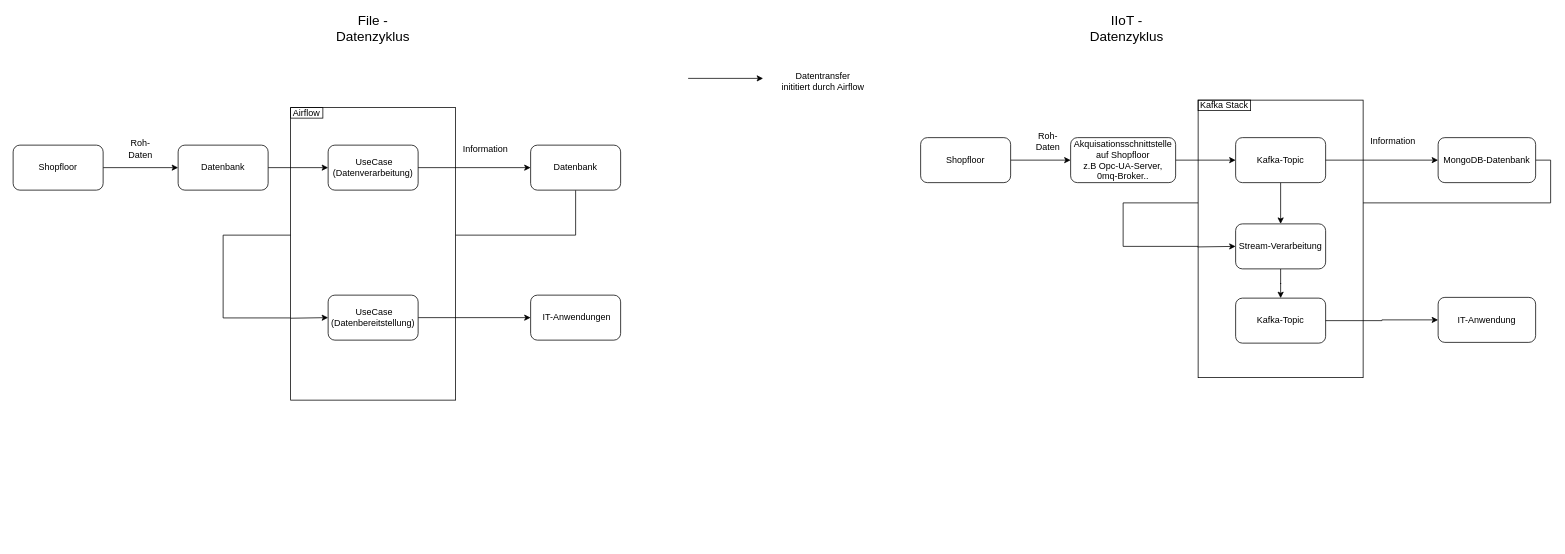
aquamas/diagrams keeps this draw.io diagram as page "Datenzyklen Prozess" (3 of 18) of Segmentierung.drawio. Above is the earlier version. Source tidied: cells renumbered, new cells numbered last; positions are measured from the earlier drawing's top-left corner, leaving out a move shared by most shapes. Both pictures are drawn from the tidied source at 75%, with x=0, y=0 at pixel (13, 17).
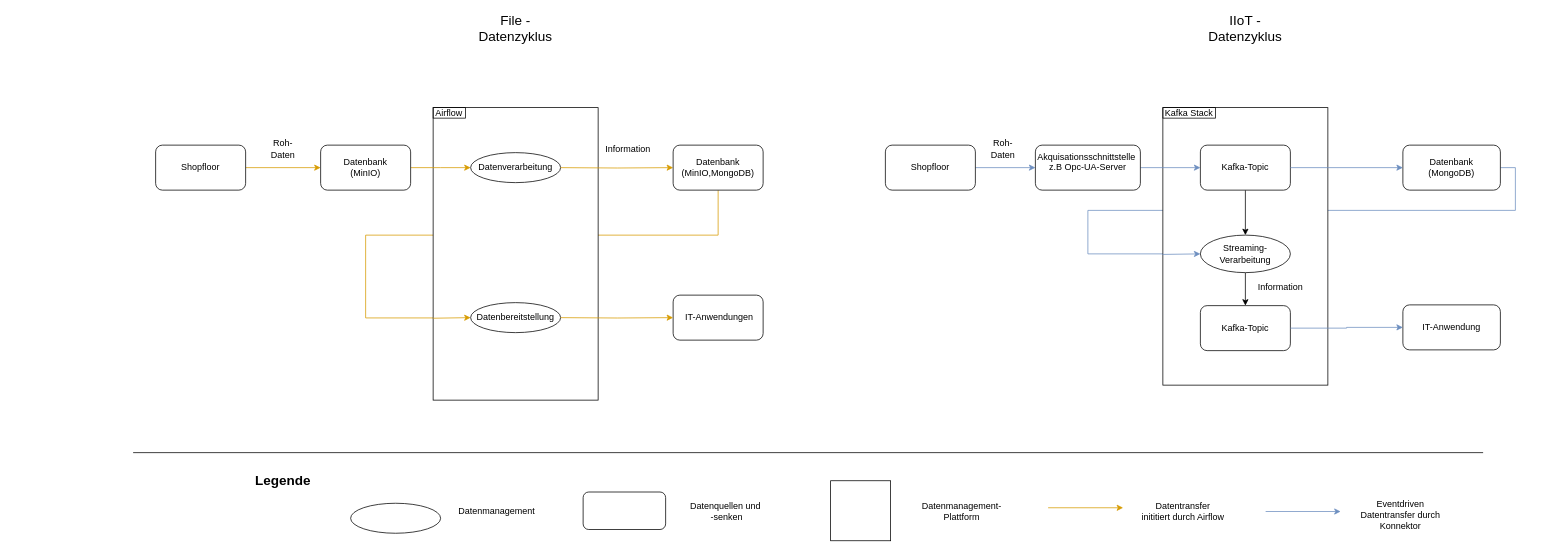
Above is the later version.

Unchanged cells that the change refers to:
```xml
<mxCell id="5" style="rounded=0;whiteSpace=wrap;html=1;" parent="4" vertex="1">
  <mxGeometry width="220" height="390" as="geometry" />
</mxCell>
<mxCell id="25" style="rounded=0;whiteSpace=wrap;html=1;" parent="24" vertex="1">
  <mxGeometry width="220" height="370" as="geometry" />
</mxCell>
<mxCell id="27" value="Kafka-Topic" style="rounded=1;whiteSpace=wrap;html=1;" parent="24" vertex="1">
  <mxGeometry x="50" y="50" width="120" height="60" as="geometry" />
</mxCell>
<mxCell id="31" value="Kafka-Topic" style="rounded=1;whiteSpace=wrap;html=1;" parent="24" vertex="1">
  <mxGeometry x="50" y="264" width="120" height="60" as="geometry" />
</mxCell>
```

Change to the diagram source:
```diff
@@
-    <mxCell id="2" style="edgeStyle=orthogonalEdgeStyle;rounded=0;jettySize=auto;html=1;exitX=1;exitY=0.5;exitDx=0;exitDy=0;endArrow=none;endFill=0;" parent="1" edge="1" source="39">
+    <mxCell id="2" style="edgeStyle=orthogonalEdgeStyle;rounded=0;jettySize=auto;html=1;exitX=1;exitY=0.5;exitDx=0;exitDy=0;endArrow=none;endFill=0;fillColor=#dae8fc;strokeColor=#6c8ebf;" parent="1" edge="1" source="39">
       <mxGeometry relative="1" as="geometry">
-        <mxPoint x="1580" y="305" as="targetPoint" />
+        <mxPoint x="1533" y="315" as="targetPoint" />
         <Array as="points">
-          <mxPoint x="2050" y="190" />
-          <mxPoint x="2050" y="247" />
-          <mxPoint x="1480" y="247" />
-          <mxPoint x="1480" y="305" />
+          <mxPoint x="2003" y="200" />
+          <mxPoint x="2003" y="257" />
+          <mxPoint x="1433" y="257" />
+          <mxPoint x="1433" y="315" />
         </Array>
       </mxGeometry>
     </mxCell>
-    <mxCell id="3" style="edgeStyle=orthogonalEdgeStyle;rounded=0;jettySize=auto;html=1;entryX=0;entryY=0.719;entryDx=0;entryDy=0;entryPerimeter=0;endArrow=none;endFill=0;" parent="1" edge="1" source="15" target="5">
+    <mxCell id="3" style="edgeStyle=orthogonalEdgeStyle;rounded=0;jettySize=auto;html=1;entryX=0;entryY=0.719;entryDx=0;entryDy=0;entryPerimeter=0;endArrow=none;endFill=0;fillColor=#ffe6cc;strokeColor=#d79b00;" parent="1" edge="1" source="15" target="5">
       <mxGeometry relative="1" as="geometry">
         <Array as="points">
-          <mxPoint x="750" y="290" />
-          <mxPoint x="280" y="290" />
-          <mxPoint x="280" y="400" />
+          <mxPoint x="940" y="290" />
+          <mxPoint x="470" y="290" />
+          <mxPoint x="470" y="400" />
         </Array>
       </mxGeometry>
     </mxCell>
     <mxCell id="4" style="group;" parent="1" vertex="1">
-      <mxGeometry x="370" y="120" width="220" height="390" as="geometry" />
+      <mxGeometry x="560" y="120" width="220" height="390" as="geometry" />
     </mxCell>
@@
-    <mxCell id="6" value="&amp;nbsp;UseCase&lt;br&gt;(Datenverarbeitung)" style="rounded=1;whiteSpace=wrap;html=1;" parent="4" vertex="1">
-      <mxGeometry x="50" y="50" width="120" height="60" as="geometry" />
-    </mxCell>
@@
+    <mxCell id="43" value="Datenbereitstellung" style="ellipse;whiteSpace=wrap;html=1;" parent="4" vertex="1">
+      <mxGeometry x="50" y="260" width="120" height="40" as="geometry" />
+    </mxCell>
+    <mxCell id="44" value="Datenverarbeitung" style="ellipse;whiteSpace=wrap;html=1;" parent="4" vertex="1">
+      <mxGeometry x="50" y="60" width="120" height="40" as="geometry" />
+    </mxCell>
     <mxCell id="8" value="&lt;font style=&quot;font-size: 18px;&quot;&gt;File - Datenzyklus&lt;/font&gt;" style="text;html=1;align=center;verticalAlign=middle;whiteSpace=wrap;rounded=0;" parent="1" vertex="1">
-      <mxGeometry x="435" width="90" height="30" as="geometry" />
+      <mxGeometry x="625" width="90" height="30" as="geometry" />
     </mxCell>
-    <mxCell id="9" style="edgeStyle=orthogonalEdgeStyle;rounded=0;jettySize=auto;html=1;" parent="1" edge="1" source="10" target="12">
+    <mxCell id="9" style="edgeStyle=orthogonalEdgeStyle;rounded=0;jettySize=auto;html=1;fillColor=#ffe6cc;strokeColor=#d79b00;" parent="1" edge="1" source="10" target="12">
       <mxGeometry relative="1" as="geometry" />
     </mxCell>
     <mxCell id="10" value="Shopfloor" style="rounded=1;whiteSpace=wrap;html=1;" parent="1" vertex="1">
-      <mxGeometry y="170" width="120" height="60" as="geometry" />
+      <mxGeometry x="190" y="170" width="120" height="60" as="geometry" />
     </mxCell>
-    <mxCell id="11" style="edgeStyle=orthogonalEdgeStyle;rounded=0;jettySize=auto;html=1;" parent="1" edge="1" source="12" target="6">
-      <mxGeometry relative="1" as="geometry" />
+    <mxCell id="11" style="edgeStyle=orthogonalEdgeStyle;rounded=0;jettySize=auto;html=1;fillColor=#ffe6cc;strokeColor=#d79b00;" parent="1" edge="1" source="12">
+      <mxGeometry relative="1" as="geometry">
+        <mxPoint x="610" y="200" as="targetPoint" />
+      </mxGeometry>
     </mxCell>
-    <mxCell id="12" value="Datenbank" style="rounded=1;whiteSpace=wrap;html=1;" parent="1" vertex="1">
-      <mxGeometry x="220" y="170" width="120" height="60" as="geometry" />
+    <mxCell id="12" value="Datenbank&lt;div&gt;(MinIO)&lt;/div&gt;" style="rounded=1;whiteSpace=wrap;html=1;" parent="1" vertex="1">
+      <mxGeometry x="410" y="170" width="120" height="60" as="geometry" />
     </mxCell>
     <mxCell id="13" value="Roh-Daten" style="text;html=1;align=center;verticalAlign=middle;whiteSpace=wrap;rounded=0;" parent="1" vertex="1">
-      <mxGeometry x="140" y="160" width="60" height="30" as="geometry" />
+      <mxGeometry x="330" y="160" width="60" height="30" as="geometry" />
     </mxCell>
-    <mxCell id="14" style="edgeStyle=orthogonalEdgeStyle;rounded=0;jettySize=auto;html=1;exitX=1;exitY=0.5;exitDx=0;exitDy=0;entryX=0;entryY=0.5;entryDx=0;entryDy=0;" parent="1" edge="1" source="6" target="15">
-      <mxGeometry relative="1" as="geometry" />
+    <mxCell id="14" style="edgeStyle=orthogonalEdgeStyle;rounded=0;jettySize=auto;html=1;exitX=1;exitY=0.5;exitDx=0;exitDy=0;entryX=0;entryY=0.5;entryDx=0;entryDy=0;fillColor=#ffe6cc;strokeColor=#d79b00;" parent="1" edge="1" target="15">
+      <mxGeometry relative="1" as="geometry">
+        <mxPoint x="730" y="200" as="sourcePoint" />
+      </mxGeometry>
     </mxCell>
-    <mxCell id="15" value="Datenbank" style="rounded=1;whiteSpace=wrap;html=1;" parent="1" vertex="1">
-      <mxGeometry x="690" y="170" width="120" height="60" as="geometry" />
+    <mxCell id="15" value="Datenbank&lt;div&gt;(MinIO,MongoDB)&lt;/div&gt;" style="rounded=1;whiteSpace=wrap;html=1;" parent="1" vertex="1">
+      <mxGeometry x="880" y="170" width="120" height="60" as="geometry" />
     </mxCell>
-    <mxCell id="16" style="edgeStyle=orthogonalEdgeStyle;rounded=0;orthogonalLoop=1;jettySize=auto;html=1;" parent="1" edge="1">
+    <mxCell id="16" style="edgeStyle=orthogonalEdgeStyle;rounded=0;orthogonalLoop=1;jettySize=auto;html=1;fillColor=#ffe6cc;strokeColor=#d79b00;" parent="1" edge="1">
       <mxGeometry relative="1" as="geometry">
-        <mxPoint x="900" y="81" as="sourcePoint" />
-        <mxPoint x="1000" y="81" as="targetPoint" />
+        <mxPoint x="1380" y="653.5" as="sourcePoint" />
+        <mxPoint x="1480" y="653.5" as="targetPoint" />
       </mxGeometry>
     </mxCell>
     <mxCell id="17" value="Datentransfer&lt;br&gt;inititiert durch Airflow" style="text;html=1;align=center;verticalAlign=middle;whiteSpace=wrap;rounded=0;" parent="1" vertex="1">
-      <mxGeometry x="1020" y="70" width="120" height="30" as="geometry" />
+      <mxGeometry x="1500" y="642.5" width="120" height="30" as="geometry" />
     </mxCell>
     <mxCell id="18" value="Information" style="text;html=1;align=center;verticalAlign=middle;whiteSpace=wrap;rounded=0;" parent="1" vertex="1">
-      <mxGeometry x="600" y="160" width="60" height="30" as="geometry" />
+      <mxGeometry x="790" y="160" width="60" height="30" as="geometry" />
     </mxCell>
     <mxCell id="19" value="&amp;nbsp;IT-Anwendungen" style="rounded=1;whiteSpace=wrap;html=1;" parent="1" vertex="1">
-      <mxGeometry x="690" y="370" width="120" height="60" as="geometry" />
+      <mxGeometry x="880" y="370" width="120" height="60" as="geometry" />
     </mxCell>
-    <mxCell id="20" style="edgeStyle=orthogonalEdgeStyle;rounded=0;jettySize=auto;html=1;exitX=1;exitY=0.5;exitDx=0;exitDy=0;" parent="1" edge="1" source="21" target="19">
-      <mxGeometry relative="1" as="geometry" />
+    <mxCell id="20" style="edgeStyle=orthogonalEdgeStyle;rounded=0;jettySize=auto;html=1;exitX=1;exitY=0.5;exitDx=0;exitDy=0;fillColor=#ffe6cc;strokeColor=#d79b00;" parent="1" edge="1" target="19">
+      <mxGeometry relative="1" as="geometry">
+        <mxPoint x="730" y="400" as="sourcePoint" />
+      </mxGeometry>
     </mxCell>
-    <mxCell id="21" value="&amp;nbsp;UseCase&lt;br&gt;(Datenbereitstellung)" style="rounded=1;whiteSpace=wrap;html=1;" parent="1" vertex="1">
-      <mxGeometry x="420" y="370" width="120" height="60" as="geometry" />
-    </mxCell>
-    <mxCell id="22" style="endArrow=classic;html=1;rounded=0;exitX=0;exitY=0.72;exitDx=0;exitDy=0;exitPerimeter=0;entryX=0;entryY=0.5;entryDx=0;entryDy=0;" parent="1" edge="1" source="5" target="21">
-      <mxGeometry relative="1" as="geometry" />
+    <mxCell id="22" style="endArrow=classic;html=1;rounded=0;exitX=0;exitY=0.72;exitDx=0;exitDy=0;exitPerimeter=0;entryX=0;entryY=0.5;entryDx=0;entryDy=0;fillColor=#ffe6cc;strokeColor=#d79b00;" parent="1" edge="1" source="5">
+      <mxGeometry relative="1" as="geometry">
+        <mxPoint x="610" y="400" as="targetPoint" />
+      </mxGeometry>
     </mxCell>
     <mxCell id="23" value="&lt;font style=&quot;font-size: 18px;&quot;&gt;IIoT - Datenzyklus&lt;/font&gt;" style="text;html=1;align=center;verticalAlign=middle;whiteSpace=wrap;rounded=0;" parent="1" vertex="1">
-      <mxGeometry x="1440" width="90" height="30" as="geometry" />
+      <mxGeometry x="1598" width="90" height="30" as="geometry" />
     </mxCell>
     <mxCell id="24" style="group;" parent="1" vertex="1">
-      <mxGeometry x="1580" y="110" width="220" height="390" as="geometry" />
+      <mxGeometry x="1533" y="120" width="220" height="390" as="geometry" />
     </mxCell>
@@
-    <mxCell id="26" style="edgeStyle=orthogonalEdgeStyle;rounded=0;jettySize=auto;html=1;" parent="24" edge="1" source="27" target="30">
+    <mxCell id="26" style="edgeStyle=orthogonalEdgeStyle;rounded=0;jettySize=auto;html=1;entryX=0.5;entryY=0;entryDx=0;entryDy=0;" parent="24" edge="1" source="27" target="45">
       <mxGeometry relative="1" as="geometry" />
     </mxCell>
@@
-    <mxCell id="29" style="edgeStyle=orthogonalEdgeStyle;rounded=0;jettySize=auto;html=1;entryX=0.5;entryY=0;entryDx=0;entryDy=0;" parent="24" edge="1" source="30" target="31">
+    <mxCell id="29" style="edgeStyle=orthogonalEdgeStyle;rounded=0;jettySize=auto;html=1;entryX=0.5;entryY=0;entryDx=0;entryDy=0;exitX=0.5;exitY=1;exitDx=0;exitDy=0;" parent="24" edge="1" source="45" target="31">
       <mxGeometry relative="1" as="geometry" />
     </mxCell>
-    <mxCell id="30" value="Stream-Verarbeitung" style="rounded=1;whiteSpace=wrap;html=1;" parent="24" vertex="1">
-      <mxGeometry x="50" y="165" width="120" height="60" as="geometry" />
-    </mxCell>
@@
-    <mxCell id="32" style="endArrow=classic;html=1;rounded=0;entryX=0;entryY=0.5;entryDx=0;entryDy=0;exitX=-0.004;exitY=0.529;exitDx=0;exitDy=0;exitPerimeter=0;" parent="24" edge="1" source="25" target="30">
-      <mxGeometry relative="1" as="geometry" />
+    <mxCell id="32" style="endArrow=classic;html=1;rounded=0;entryX=0;entryY=0.5;entryDx=0;entryDy=0;exitX=-0.004;exitY=0.529;exitDx=0;exitDy=0;exitPerimeter=0;fillColor=#dae8fc;strokeColor=#6c8ebf;" parent="24" edge="1" source="25">
+      <mxGeometry relative="1" as="geometry">
+        <mxPoint x="50" y="195" as="targetPoint" />
+      </mxGeometry>
     </mxCell>
+    <mxCell id="45" value="Streaming-Verarbeitung" style="ellipse;whiteSpace=wrap;html=1;" parent="24" vertex="1">
+      <mxGeometry x="50" y="170" width="120" height="50" as="geometry" />
+    </mxCell>
+    <mxCell id="40" value="Information" style="text;html=1;align=center;verticalAlign=middle;whiteSpace=wrap;rounded=0;" parent="24" vertex="1">
+      <mxGeometry x="127" y="223.5" width="60" height="30" as="geometry" />
+    </mxCell>
-    <mxCell id="33" style="edgeStyle=orthogonalEdgeStyle;rounded=0;jettySize=auto;html=1;" parent="1" edge="1" source="34" target="36">
+    <mxCell id="33" style="edgeStyle=orthogonalEdgeStyle;rounded=0;jettySize=auto;html=1;fillColor=#dae8fc;strokeColor=#6c8ebf;" parent="1" edge="1" source="34" target="36">
       <mxGeometry relative="1" as="geometry" />
     </mxCell>
     <mxCell id="34" value="Shopfloor" style="rounded=1;whiteSpace=wrap;html=1;" parent="1" vertex="1">
-      <mxGeometry x="1210" y="160" width="120" height="60" as="geometry" />
+      <mxGeometry x="1163" y="170" width="120" height="60" as="geometry" />
     </mxCell>
-    <mxCell id="35" style="edgeStyle=orthogonalEdgeStyle;rounded=0;jettySize=auto;html=1;" parent="1" edge="1" source="36" target="27">
+    <mxCell id="35" style="edgeStyle=orthogonalEdgeStyle;rounded=0;jettySize=auto;html=1;fillColor=#dae8fc;strokeColor=#6c8ebf;" parent="1" edge="1" source="36" target="27">
       <mxGeometry relative="1" as="geometry" />
     </mxCell>
-    <mxCell id="36" value="Akquisationsschnittstelle auf Shopfloor&lt;br&gt;z.B Opc-UA-Server,&lt;br&gt;0mq-Broker.." style="rounded=1;whiteSpace=wrap;html=1;" parent="1" vertex="1">
-      <mxGeometry x="1410" y="160" width="140" height="60" as="geometry" />
+    <mxCell id="36" value="Akquisationsschnittstelle&amp;nbsp;&lt;br&gt;z.B Opc-UA-Server&lt;div&gt;&lt;br&gt;&lt;/div&gt;" style="rounded=1;whiteSpace=wrap;html=1;" parent="1" vertex="1">
+      <mxGeometry x="1363" y="170" width="140" height="60" as="geometry" />
     </mxCell>
     <mxCell id="37" value="Roh-Daten" style="text;html=1;align=center;verticalAlign=middle;whiteSpace=wrap;rounded=0;" parent="1" vertex="1">
-      <mxGeometry x="1350" y="150" width="60" height="30" as="geometry" />
+      <mxGeometry x="1290" y="160" width="60" height="30" as="geometry" />
     </mxCell>
-    <mxCell id="38" style="edgeStyle=orthogonalEdgeStyle;rounded=0;jettySize=auto;html=1;exitX=1;exitY=0.5;exitDx=0;exitDy=0;entryX=0;entryY=0.5;entryDx=0;entryDy=0;" parent="1" edge="1" source="27" target="39">
+    <mxCell id="38" style="edgeStyle=orthogonalEdgeStyle;rounded=0;jettySize=auto;html=1;exitX=1;exitY=0.5;exitDx=0;exitDy=0;entryX=0;entryY=0.5;entryDx=0;entryDy=0;fillColor=#dae8fc;strokeColor=#6c8ebf;" parent="1" edge="1" source="27" target="39">
       <mxGeometry relative="1" as="geometry" />
     </mxCell>
-    <mxCell id="39" value="MongoDB-Datenbank" style="rounded=1;whiteSpace=wrap;html=1;" parent="1" vertex="1">
-      <mxGeometry x="1900" y="160" width="130" height="60" as="geometry" />
+    <mxCell id="39" value="Datenbank&lt;div&gt;(&lt;span style=&quot;background-color: initial;&quot;&gt;MongoDB)&lt;/span&gt;&lt;/div&gt;" style="rounded=1;whiteSpace=wrap;html=1;" parent="1" vertex="1">
+      <mxGeometry x="1853" y="170" width="130" height="60" as="geometry" />
     </mxCell>
-    <mxCell id="40" value="Information" style="text;html=1;align=center;verticalAlign=middle;whiteSpace=wrap;rounded=0;" parent="1" vertex="1">
-      <mxGeometry x="1810" y="150" width="60" height="30" as="geometry" />
-    </mxCell>
     <mxCell id="41" value="IT-Anwendung" style="rounded=1;whiteSpace=wrap;html=1;" parent="1" vertex="1">
-      <mxGeometry x="1900" y="373" width="130" height="60" as="geometry" />
+      <mxGeometry x="1853" y="383" width="130" height="60" as="geometry" />
     </mxCell>
-    <mxCell id="42" style="edgeStyle=orthogonalEdgeStyle;rounded=0;jettySize=auto;html=1;entryX=0;entryY=0.5;entryDx=0;entryDy=0;" parent="1" edge="1" source="31" target="41">
+    <mxCell id="42" style="edgeStyle=orthogonalEdgeStyle;rounded=0;jettySize=auto;html=1;entryX=0;entryY=0.5;entryDx=0;entryDy=0;fillColor=#dae8fc;strokeColor=#6c8ebf;" parent="1" edge="1" source="31" target="41">
       <mxGeometry relative="1" as="geometry" />
     </mxCell>
+    <mxCell id="46" style="rounded=1;whiteSpace=wrap;html=1;" parent="1" vertex="1">
+      <mxGeometry x="760" y="632.5" width="110" height="50" as="geometry" />
+    </mxCell>
+    <mxCell id="47" value="Datenquellen und&lt;div&gt;&amp;nbsp;-senken&lt;/div&gt;" style="text;html=1;align=center;verticalAlign=middle;whiteSpace=wrap;rounded=0;" parent="1" vertex="1">
+      <mxGeometry x="890" y="640" width="120" height="35" as="geometry" />
+    </mxCell>
+    <mxCell id="48" style="whiteSpace=wrap;html=1;" parent="1" vertex="1">
+      <mxGeometry x="1090" y="617.5" width="80" height="80" as="geometry" />
+    </mxCell>
+    <mxCell id="49" value="Datenmanagement-Plattform" style="text;html=1;align=center;verticalAlign=middle;whiteSpace=wrap;rounded=0;" parent="1" vertex="1">
+      <mxGeometry x="1205" y="642.5" width="120" height="30" as="geometry" />
+    </mxCell>
+    <mxCell id="50" style="ellipse;whiteSpace=wrap;html=1;" parent="1" vertex="1">
+      <mxGeometry x="450" y="647.5" width="120" height="40" as="geometry" />
+    </mxCell>
+    <mxCell id="51" value="Datenmanagement" style="text;html=1;align=center;verticalAlign=middle;whiteSpace=wrap;rounded=0;" parent="1" vertex="1">
+      <mxGeometry x="585" y="640" width="120" height="35" as="geometry" />
+    </mxCell>
+    <mxCell id="52" style="edgeStyle=orthogonalEdgeStyle;rounded=0;orthogonalLoop=1;jettySize=auto;html=1;fillColor=#dae8fc;strokeColor=#6c8ebf;" parent="1" edge="1">
+      <mxGeometry relative="1" as="geometry">
+        <mxPoint x="1670" y="658.5" as="sourcePoint" />
+        <mxPoint x="1770" y="658.5" as="targetPoint" />
+      </mxGeometry>
+    </mxCell>
+    <mxCell id="53" value="Eventdriven Datentransfer durch Konnektor" style="text;html=1;align=center;verticalAlign=middle;whiteSpace=wrap;rounded=0;" parent="1" vertex="1">
+      <mxGeometry x="1790" y="647.5" width="120" height="30" as="geometry" />
+    </mxCell>
+    <mxCell id="54" value="&lt;h2&gt;&lt;b&gt;Legende&lt;/b&gt;&lt;/h2&gt;" style="text;html=1;align=center;verticalAlign=middle;whiteSpace=wrap;rounded=0;strokeColor=none;" parent="1" vertex="1">
+      <mxGeometry x="330" y="602.5" width="60" height="30" as="geometry" />
+    </mxCell>
+    <mxCell id="55" style="endArrow=none;html=1;rounded=0;" parent="1" edge="1">
+      <mxGeometry relative="1" as="geometry">
+        <mxPoint x="160" y="580" as="sourcePoint" />
+        <mxPoint x="1960" y="580" as="targetPoint" />
+      </mxGeometry>
+    </mxCell>
```
